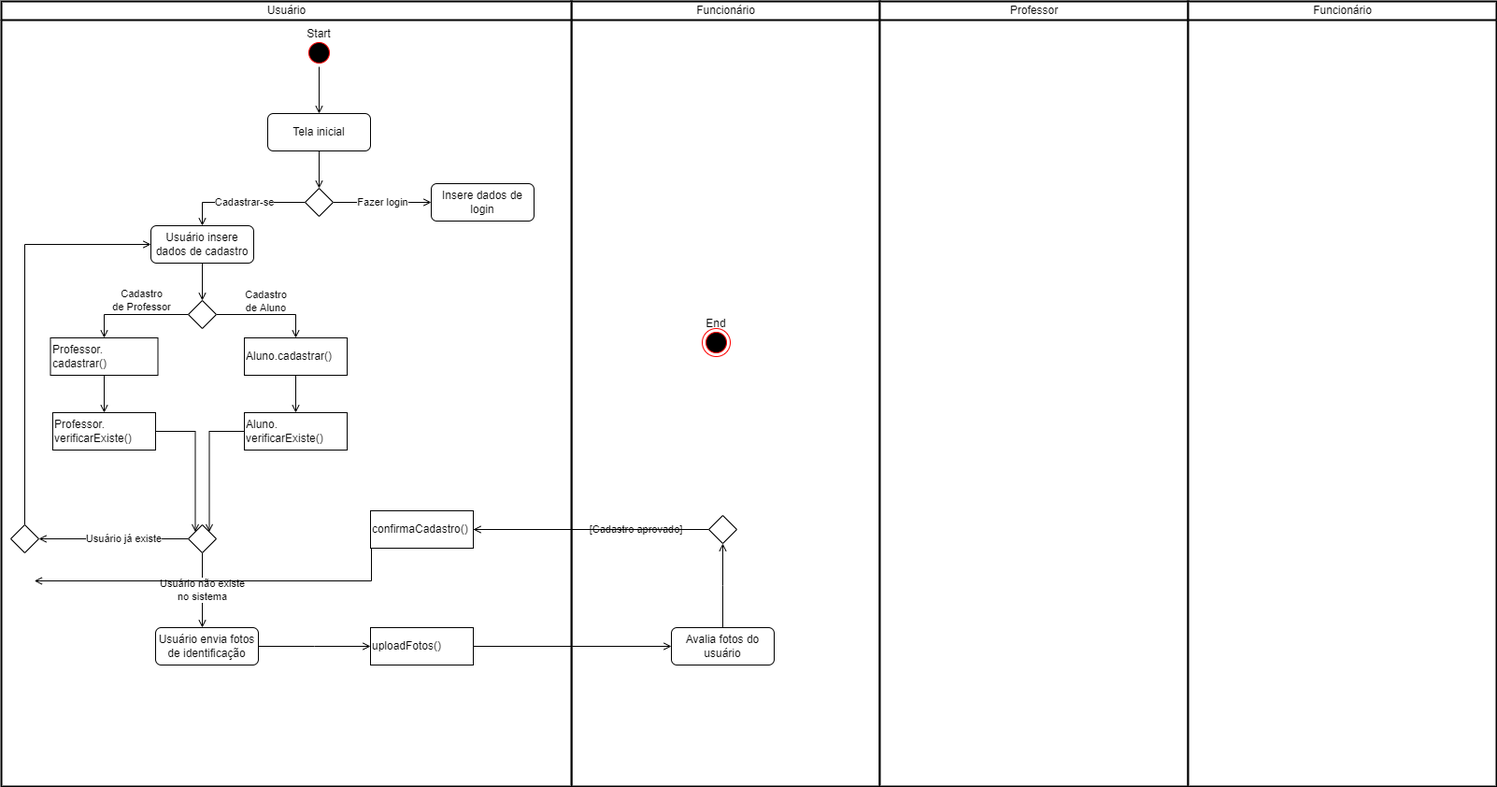
Before: diagramaAtividades/Copy of atividadeSistema.drawio.png, a diagram exported from draw.io (EijiDogen/BrainForHire). Source tidied: cells renumbered, new cells last; positions are measured from the earlier drawing's top-left corner, leaving out a move shared by most shapes. Its diagram source:
```xml
<mxGraphModel>
  <root>
    <mxCell id="0" />
    <mxCell id="1" value="Lanes" parent="0" />
    <mxCell id="2" value="Funcionário" style="swimlane;html=1;startSize=20;fontStyle=0;horizontal=1;swimlaneLine=1;strokeWidth=2;swimlaneFillColor=#ffffff;" parent="1" vertex="1">
      <mxGeometry x="610" width="330" height="840" as="geometry" />
    </mxCell>
    <mxCell id="3" value="Professor" style="swimlane;html=1;startSize=20;fontStyle=0;horizontal=1;swimlaneLine=1;strokeWidth=2;swimlaneFillColor=#ffffff;" parent="1" vertex="1">
      <mxGeometry x="940" width="330" height="840" as="geometry" />
    </mxCell>
    <mxCell id="4" value="Usuário" style="swimlane;html=1;startSize=20;fontStyle=0;horizontal=1;swimlaneLine=1;strokeWidth=2;swimlaneFillColor=#ffffff;" parent="1" vertex="1">
      <mxGeometry width="610" height="840" as="geometry" />
    </mxCell>
    <mxCell id="5" value="Funcionário" style="swimlane;html=1;startSize=20;fontStyle=0;horizontal=1;swimlaneLine=1;strokeWidth=2;swimlaneFillColor=#ffffff;" parent="1" vertex="1">
      <mxGeometry x="1270" width="330" height="840" as="geometry" />
    </mxCell>
    <mxCell id="6" value="Atividades" parent="0" />
    <mxCell id="7" style="edgeStyle=orthogonalEdgeStyle;rounded=0;jettySize=auto;html=1;endArrow=open;endFill=0;" parent="6" edge="1" source="8" target="19">
      <mxGeometry relative="1" as="geometry" />
    </mxCell>
    <mxCell id="8" value="Tela inicial" style="rounded=1;whiteSpace=wrap;html=1;" parent="6" vertex="1">
      <mxGeometry x="285" y="120" width="110" height="40" as="geometry" />
    </mxCell>
    <mxCell id="9" style="edgeStyle=orthogonalEdgeStyle;rounded=0;jettySize=auto;html=1;endArrow=open;endFill=0;" parent="6" edge="1" source="10" target="8">
      <mxGeometry relative="1" as="geometry" />
    </mxCell>
    <mxCell id="10" style="ellipse;html=1;shape=startState;fillColor=#000000;strokeColor=#ff0000;" parent="6" vertex="1">
      <mxGeometry x="325" y="40" width="30" height="30" as="geometry" />
    </mxCell>
    <mxCell id="11" style="ellipse;html=1;shape=endState;fillColor=#000000;strokeColor=#ff0000;" parent="6" vertex="1">
      <mxGeometry x="750" y="350" width="30" height="30" as="geometry" />
    </mxCell>
    <mxCell id="12" value="Start" style="text;html=1;strokeColor=none;fillColor=none;align=center;verticalAlign=middle;whiteSpace=wrap;rounded=0;" parent="6" vertex="1">
      <mxGeometry x="310" y="20" width="60" height="30" as="geometry" />
    </mxCell>
    <mxCell id="13" value="End" style="text;html=1;strokeColor=none;fillColor=none;align=center;verticalAlign=middle;whiteSpace=wrap;rounded=0;" parent="6" vertex="1">
      <mxGeometry x="735" y="330" width="60" height="30" as="geometry" />
    </mxCell>
    <mxCell id="14" style="edgeStyle=orthogonalEdgeStyle;rounded=0;jettySize=auto;html=1;endArrow=open;endFill=0;" parent="6" edge="1" source="15" target="30">
      <mxGeometry relative="1" as="geometry" />
    </mxCell>
    <mxCell id="15" value="Usuário insere dados de cadastro" style="rounded=1;whiteSpace=wrap;html=1;" parent="6" vertex="1">
      <mxGeometry x="160" y="240" width="110" height="40" as="geometry" />
    </mxCell>
    <mxCell id="16" value="Insere dados de login" style="rounded=1;whiteSpace=wrap;html=1;" parent="6" vertex="1">
      <mxGeometry x="460" y="195" width="110" height="40" as="geometry" />
    </mxCell>
    <mxCell id="17" value="Cadastrar-se" style="edgeStyle=orthogonalEdgeStyle;rounded=0;jettySize=auto;html=1;endArrow=open;endFill=0;" parent="6" edge="1" source="19" target="15">
      <mxGeometry x="-0.04" relative="1" as="geometry">
        <Array as="points">
          <mxPoint x="215" y="215" />
        </Array>
      </mxGeometry>
    </mxCell>
    <mxCell id="18" value="Fazer login" style="edgeStyle=elbowEdgeStyle;rounded=0;jettySize=auto;html=1;endArrow=open;endFill=0;" parent="6" edge="1" source="19" target="16">
      <mxGeometry relative="1" as="geometry">
        <mxPoint x="1" as="offset" />
      </mxGeometry>
    </mxCell>
    <mxCell id="19" style="rhombus;" parent="6" vertex="1">
      <mxGeometry x="325" y="200" width="30" height="30" as="geometry" />
    </mxCell>
    <mxCell id="20" value="Usuário já existe" style="edgeStyle=elbowEdgeStyle;rounded=0;jettySize=auto;html=1;endArrow=open;endFill=0;" parent="6" edge="1" source="22" target="46">
      <mxGeometry x="-0.12" relative="1" as="geometry">
        <Array as="points">
          <mxPoint x="130" y="575" />
          <mxPoint x="30" y="540" />
          <mxPoint x="390" y="410" />
        </Array>
        <mxPoint x="1" as="offset" />
      </mxGeometry>
    </mxCell>
    <mxCell id="21" value="Usuário não existe&lt;br&gt;no sistema" style="edgeStyle=elbowEdgeStyle;rounded=0;jettySize=auto;html=1;endArrow=open;endFill=0;" parent="6" edge="1" source="22" target="36">
      <mxGeometry relative="1" as="geometry" />
    </mxCell>
    <mxCell id="22" style="rhombus;" parent="6" vertex="1">
      <mxGeometry x="200" y="560" width="30" height="30" as="geometry" />
    </mxCell>
    <mxCell id="23" style="edgeStyle=orthogonalEdgeStyle;rounded=0;jettySize=auto;html=1;endArrow=open;endFill=0;" parent="6" edge="1" source="24" target="26">
      <mxGeometry relative="1" as="geometry" />
    </mxCell>
    <mxCell id="24" value="Aluno.cadastrar()" style="rounded=0;whiteSpace=wrap;html=1;align=left;" parent="6" vertex="1">
      <mxGeometry x="260" y="360" width="110" height="40" as="geometry" />
    </mxCell>
    <mxCell id="25" style="edgeStyle=orthogonalEdgeStyle;rounded=0;jettySize=auto;html=1;entryX=1;entryY=0;entryDx=0;entryDy=0;endArrow=open;endFill=0;" parent="6" edge="1" source="26" target="22">
      <mxGeometry relative="1" as="geometry" />
    </mxCell>
    <mxCell id="26" value="Aluno.&lt;br&gt;verificarExiste()" style="rounded=0;whiteSpace=wrap;html=1;align=left;" parent="6" vertex="1">
      <mxGeometry x="260" y="440" width="110" height="40" as="geometry" />
    </mxCell>
    <mxCell id="27" style="edgeStyle=orthogonalEdgeStyle;rounded=0;jettySize=auto;html=1;endArrow=open;endFill=0;" parent="6" edge="1" source="30" target="24">
      <mxGeometry relative="1" as="geometry" />
    </mxCell>
    <mxCell id="28" value="Cadastro&lt;br&gt;de Aluno" style="edgeLabel;html=1;align=center;verticalAlign=middle;" parent="27" vertex="1">
      <mxGeometry x="-0.06" y="3" relative="1" as="geometry">
        <mxPoint y="-12" as="offset" />
      </mxGeometry>
    </mxCell>
    <mxCell id="29" value="Cadastro&lt;br&gt;de Professor" style="edgeStyle=orthogonalEdgeStyle;rounded=0;jettySize=auto;html=1;endArrow=open;endFill=0;" parent="6" edge="1" source="30" target="32">
      <mxGeometry x="-0.13" y="-15" relative="1" as="geometry" />
    </mxCell>
    <mxCell id="30" style="rhombus;" parent="6" vertex="1">
      <mxGeometry x="200" y="320" width="30" height="30" as="geometry" />
    </mxCell>
    <mxCell id="31" style="edgeStyle=orthogonalEdgeStyle;rounded=0;jettySize=auto;html=1;endArrow=open;endFill=0;" parent="6" edge="1" source="32" target="34">
      <mxGeometry relative="1" as="geometry" />
    </mxCell>
    <mxCell id="32" value="Professor.&lt;br&gt;cadastrar()" style="rounded=0;whiteSpace=wrap;html=1;align=left;" parent="6" vertex="1">
      <mxGeometry x="52.5" y="360" width="115" height="40" as="geometry" />
    </mxCell>
    <mxCell id="33" style="edgeStyle=orthogonalEdgeStyle;rounded=0;jettySize=auto;html=1;entryX=0;entryY=0;entryDx=0;entryDy=0;endArrow=open;endFill=0;" parent="6" edge="1" source="34" target="22">
      <mxGeometry relative="1" as="geometry" />
    </mxCell>
    <mxCell id="34" value="Professor.&lt;br&gt;verificarExiste()" style="rounded=0;whiteSpace=wrap;html=1;align=left;" parent="6" vertex="1">
      <mxGeometry x="55" y="440" width="110" height="40" as="geometry" />
    </mxCell>
    <mxCell id="35" style="edgeStyle=elbowEdgeStyle;rounded=0;jettySize=auto;html=1;endArrow=open;endFill=0;" parent="6" edge="1" source="36" target="38">
      <mxGeometry relative="1" as="geometry" />
    </mxCell>
    <mxCell id="36" value="Usuário envia fotos de identificação" style="rounded=1;whiteSpace=wrap;html=1;" parent="6" vertex="1">
      <mxGeometry x="165" y="670" width="110" height="40" as="geometry" />
    </mxCell>
    <mxCell id="37" style="edgeStyle=elbowEdgeStyle;rounded=0;jettySize=auto;html=1;endArrow=open;endFill=0;" parent="6" edge="1" source="38" target="43">
      <mxGeometry relative="1" as="geometry" />
    </mxCell>
    <mxCell id="38" value="uploadFotos()" style="rounded=0;whiteSpace=wrap;html=1;align=left;" parent="6" vertex="1">
      <mxGeometry x="395" y="670" width="110" height="40" as="geometry" />
    </mxCell>
    <mxCell id="39" value="[Cadastro aprovado]" style="edgeStyle=elbowEdgeStyle;rounded=0;jettySize=auto;html=1;endArrow=open;endFill=0;" parent="6" edge="1" source="41" target="44">
      <mxGeometry x="-0.39" relative="1" as="geometry">
        <mxPoint x="-1" as="offset" />
      </mxGeometry>
    </mxCell>
    <mxCell id="40" style="edgeStyle=elbowEdgeStyle;rounded=0;jettySize=auto;html=1;endArrow=open;endFill=0;" parent="6" edge="1" source="41">
      <mxGeometry relative="1" as="geometry">
        <mxPoint x="35.3" y="620" as="targetPoint" />
      </mxGeometry>
    </mxCell>
    <mxCell id="41" style="rhombus;" parent="6" vertex="1">
      <mxGeometry x="757" y="550" width="30" height="30" as="geometry" />
    </mxCell>
    <mxCell id="42" style="edgeStyle=elbowEdgeStyle;rounded=0;jettySize=auto;html=1;endArrow=open;endFill=0;" parent="6" edge="1" source="43" target="41">
      <mxGeometry relative="1" as="geometry" />
    </mxCell>
    <mxCell id="43" value="Avalia fotos do usuário" style="rounded=1;whiteSpace=wrap;html=1;" parent="6" vertex="1">
      <mxGeometry x="717" y="670" width="110" height="40" as="geometry" />
    </mxCell>
    <mxCell id="44" value="confirmaCadastro()" style="rounded=0;whiteSpace=wrap;html=1;align=left;" parent="6" vertex="1">
      <mxGeometry x="395" y="545" width="110" height="40" as="geometry" />
    </mxCell>
    <mxCell id="45" style="edgeStyle=elbowEdgeStyle;rounded=0;jettySize=auto;html=1;endArrow=open;endFill=0;" parent="6" edge="1" source="46" target="15">
      <mxGeometry relative="1" as="geometry">
        <Array as="points">
          <mxPoint x="25" y="520" />
          <mxPoint x="35" y="490" />
        </Array>
      </mxGeometry>
    </mxCell>
    <mxCell id="46" style="rhombus;" parent="6" vertex="1">
      <mxGeometry x="10" y="560" width="30" height="30" as="geometry" />
    </mxCell>
  </root>
</mxGraphModel>
```
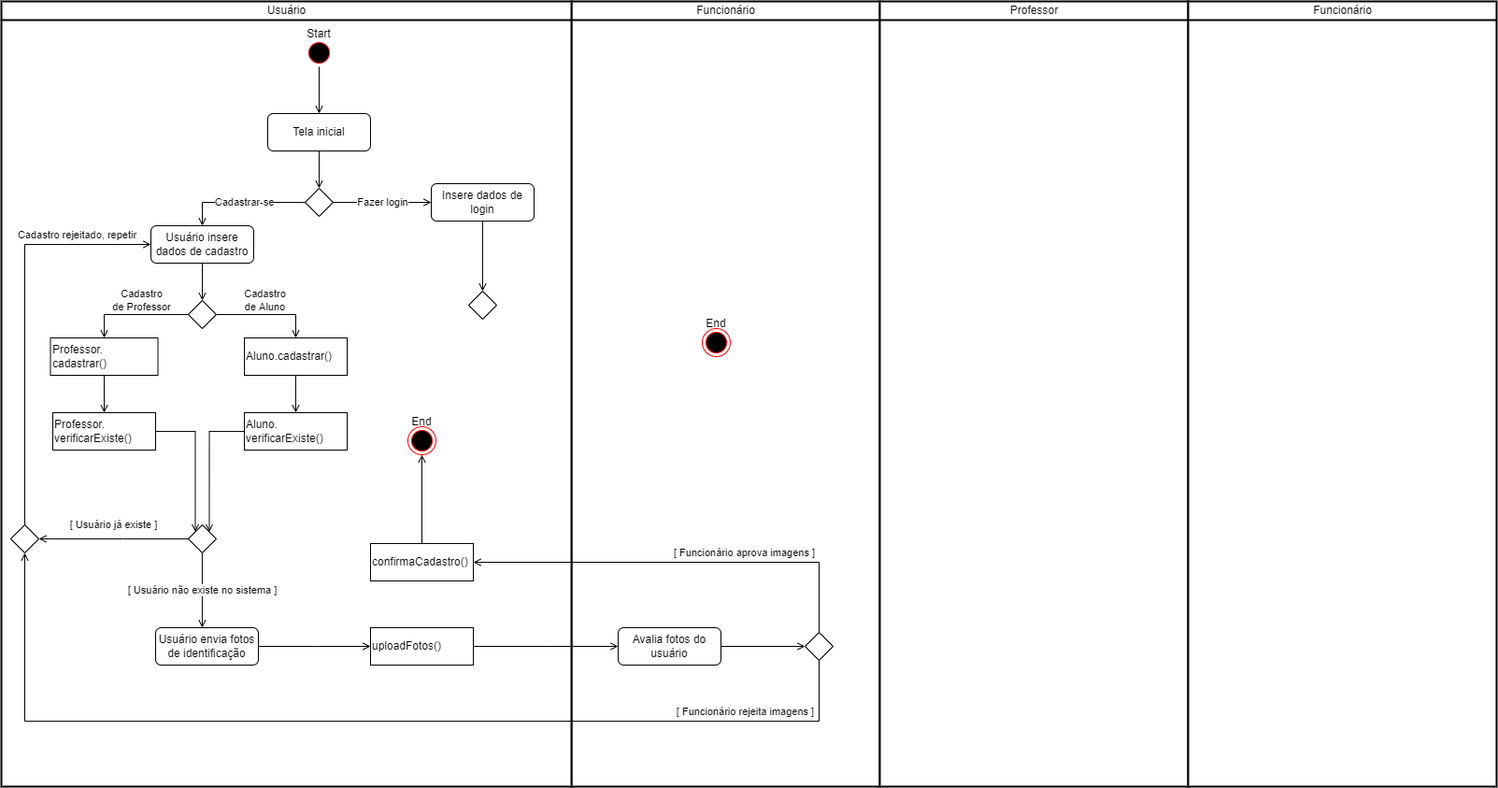
The same file after the commit.

Diff of the diagram source:
```diff
@@ -42,6 +42,9 @@
     <mxCell id="15" value="Usuário insere dados de cadastro" style="rounded=1;whiteSpace=wrap;html=1;" parent="6" vertex="1">
       <mxGeometry x="160" y="240" width="110" height="40" as="geometry" />
     </mxCell>
+    <mxCell id="47" style="edgeStyle=orthogonalEdgeStyle;rounded=0;jettySize=auto;html=1;entryX=0.5;entryY=0;entryDx=0;entryDy=0;endArrow=open;endFill=0;" parent="6" edge="1" source="16" target="55">
+      <mxGeometry relative="1" as="geometry" />
+    </mxCell>
     <mxCell id="16" value="Insere dados de login" style="rounded=1;whiteSpace=wrap;html=1;" parent="6" vertex="1">
       <mxGeometry x="460" y="195" width="110" height="40" as="geometry" />
     </mxCell>
@@ -60,17 +63,16 @@
     <mxCell id="19" style="rhombus;" parent="6" vertex="1">
       <mxGeometry x="325" y="200" width="30" height="30" as="geometry" />
     </mxCell>
-    <mxCell id="20" value="Usuário já existe" style="edgeStyle=elbowEdgeStyle;rounded=0;jettySize=auto;html=1;endArrow=open;endFill=0;" parent="6" edge="1" source="22" target="46">
-      <mxGeometry x="-0.12" relative="1" as="geometry">
+    <mxCell id="20" value="[ Usuário já existe ]" style="edgeStyle=elbowEdgeStyle;rounded=0;jettySize=auto;html=1;endArrow=open;endFill=0;" parent="6" edge="1" source="22" target="46">
+      <mxGeometry y="-15" relative="1" as="geometry">
         <Array as="points">
           <mxPoint x="130" y="575" />
           <mxPoint x="30" y="540" />
           <mxPoint x="390" y="410" />
         </Array>
-        <mxPoint x="1" as="offset" />
       </mxGeometry>
     </mxCell>
-    <mxCell id="21" value="Usuário não existe&lt;br&gt;no sistema" style="edgeStyle=elbowEdgeStyle;rounded=0;jettySize=auto;html=1;endArrow=open;endFill=0;" parent="6" edge="1" source="22" target="36">
+    <mxCell id="21" value="[ Usuário não existe no sistema ]" style="edgeStyle=elbowEdgeStyle;rounded=0;jettySize=auto;html=1;endArrow=open;endFill=0;" parent="6" edge="1" source="22" target="36">
       <mxGeometry relative="1" as="geometry" />
     </mxCell>
     <mxCell id="22" style="rhombus;" parent="6" vertex="1">
@@ -126,27 +128,45 @@
     <mxCell id="38" value="uploadFotos()" style="rounded=0;whiteSpace=wrap;html=1;align=left;" parent="6" vertex="1">
       <mxGeometry x="395" y="670" width="110" height="40" as="geometry" />
     </mxCell>
-    <mxCell id="39" value="[Cadastro aprovado]" style="edgeStyle=elbowEdgeStyle;rounded=0;jettySize=auto;html=1;endArrow=open;endFill=0;" parent="6" edge="1" source="41" target="44">
-      <mxGeometry x="-0.39" relative="1" as="geometry">
-        <mxPoint x="-1" as="offset" />
+    <mxCell id="39" style="edgeStyle=orthogonalEdgeStyle;rounded=0;jettySize=auto;html=1;endArrow=open;endFill=0;" parent="6" edge="1" source="41" target="44">
+      <mxGeometry relative="1" as="geometry">
+        <Array as="points">
+          <mxPoint x="875" y="600" />
+        </Array>
       </mxGeometry>
     </mxCell>
-    <mxCell id="40" style="edgeStyle=elbowEdgeStyle;rounded=0;jettySize=auto;html=1;endArrow=open;endFill=0;" parent="6" edge="1" source="41">
-      <mxGeometry relative="1" as="geometry">
-        <mxPoint x="35.3" y="620" as="targetPoint" />
-      </mxGeometry>
-    </mxCell>
+    <mxCell id="48" value="[ Funcionário aprova imagens ]" style="edgeLabel;html=1;align=center;verticalAlign=middle;" parent="39" vertex="1">
+      <mxGeometry x="-0.25" y="-1" relative="1" as="geometry">
+        <mxPoint x="12" y="-9" as="offset" />
+      </mxGeometry>
+    </mxCell>
+    <mxCell id="49" style="edgeStyle=orthogonalEdgeStyle;rounded=0;jettySize=auto;html=1;endArrow=open;endFill=0;" parent="6" edge="1" source="41" target="46">
+      <mxGeometry relative="1" as="geometry">
+        <Array as="points">
+          <mxPoint x="875" y="770" />
+          <mxPoint x="25" y="770" />
+        </Array>
+      </mxGeometry>
+    </mxCell>
+    <mxCell id="50" value="[ Funcionário rejeita imagens ]" style="edgeLabel;html=1;align=center;verticalAlign=middle;" parent="49" vertex="1">
+      <mxGeometry x="-0.63" y="2" relative="1" as="geometry">
+        <mxPoint x="57" y="-12" as="offset" />
+      </mxGeometry>
+    </mxCell>
     <mxCell id="41" style="rhombus;" parent="6" vertex="1">
-      <mxGeometry x="757" y="550" width="30" height="30" as="geometry" />
+      <mxGeometry x="860" y="675" width="30" height="30" as="geometry" />
     </mxCell>
-    <mxCell id="42" style="edgeStyle=elbowEdgeStyle;rounded=0;jettySize=auto;html=1;endArrow=open;endFill=0;" parent="6" edge="1" source="43" target="41">
+    <mxCell id="42" style="edgeStyle=orthogonalEdgeStyle;rounded=0;jettySize=auto;html=1;endArrow=open;endFill=0;" parent="6" edge="1" source="43" target="41">
       <mxGeometry relative="1" as="geometry" />
     </mxCell>
     <mxCell id="43" value="Avalia fotos do usuário" style="rounded=1;whiteSpace=wrap;html=1;" parent="6" vertex="1">
-      <mxGeometry x="717" y="670" width="110" height="40" as="geometry" />
+      <mxGeometry x="660" y="670" width="110" height="40" as="geometry" />
     </mxCell>
+    <mxCell id="51" style="edgeStyle=orthogonalEdgeStyle;rounded=0;jettySize=auto;html=1;endArrow=open;endFill=0;" parent="6" edge="1" source="44" target="53">
+      <mxGeometry relative="1" as="geometry" />
+    </mxCell>
     <mxCell id="44" value="confirmaCadastro()" style="rounded=0;whiteSpace=wrap;html=1;align=left;" parent="6" vertex="1">
-      <mxGeometry x="395" y="545" width="110" height="40" as="geometry" />
+      <mxGeometry x="395" y="580" width="110" height="40" as="geometry" />
     </mxCell>
     <mxCell id="45" style="edgeStyle=elbowEdgeStyle;rounded=0;jettySize=auto;html=1;endArrow=open;endFill=0;" parent="6" edge="1" source="46" target="15">
       <mxGeometry relative="1" as="geometry">
@@ -156,8 +176,22 @@
         </Array>
       </mxGeometry>
     </mxCell>
+    <mxCell id="52" value="Cadastro rejeitado, repetir" style="edgeLabel;html=1;align=center;verticalAlign=middle;" parent="45" vertex="1">
+      <mxGeometry x="0.47" y="1" relative="1" as="geometry">
+        <mxPoint x="36" y="-9" as="offset" />
+      </mxGeometry>
+    </mxCell>
     <mxCell id="46" style="rhombus;" parent="6" vertex="1">
       <mxGeometry x="10" y="560" width="30" height="30" as="geometry" />
     </mxCell>
+    <mxCell id="53" style="ellipse;html=1;shape=endState;fillColor=#000000;strokeColor=#ff0000;" parent="6" vertex="1">
+      <mxGeometry x="435" y="455" width="30" height="30" as="geometry" />
+    </mxCell>
+    <mxCell id="54" value="End" style="text;html=1;strokeColor=none;fillColor=none;align=center;verticalAlign=middle;whiteSpace=wrap;rounded=0;" parent="6" vertex="1">
+      <mxGeometry x="420" y="435" width="60" height="30" as="geometry" />
+    </mxCell>
+    <mxCell id="55" style="rhombus;" parent="6" vertex="1">
+      <mxGeometry x="500" y="310" width="30" height="30" as="geometry" />
+    </mxCell>
   </root>
 </mxGraphModel>
```
